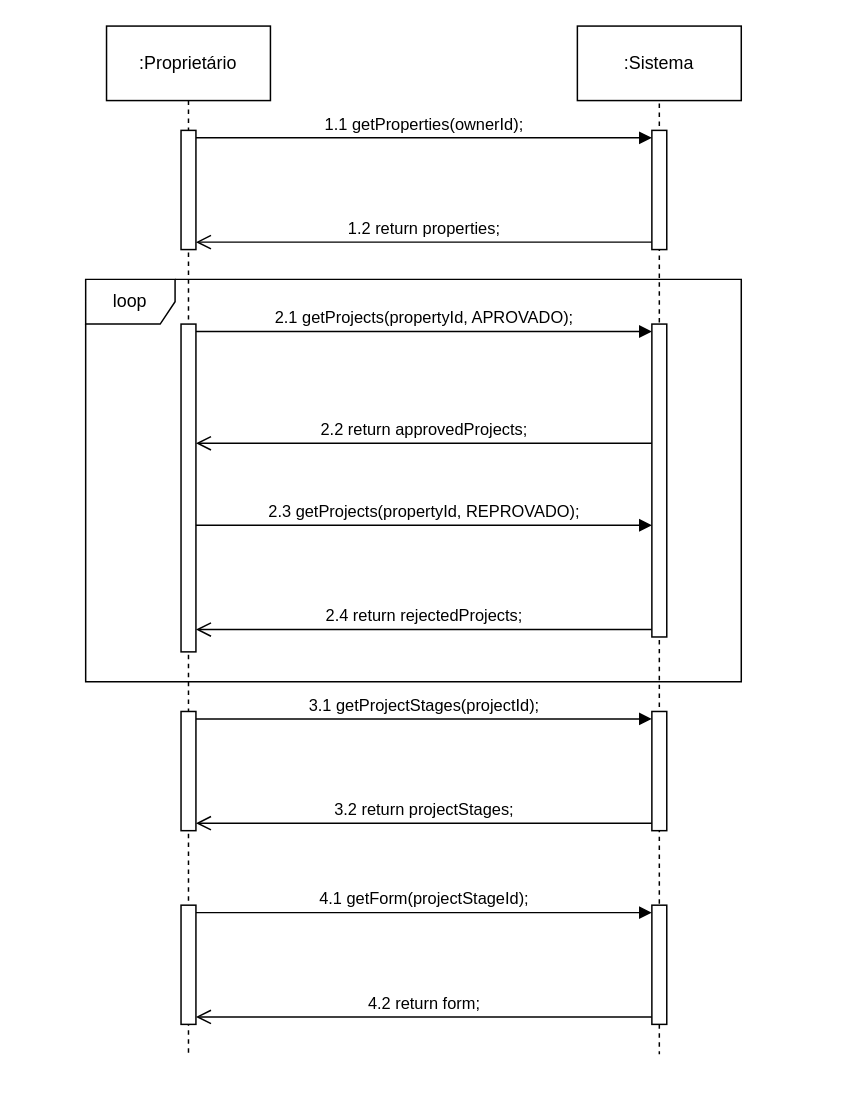
Before: Trabalho final/5 - DSS/5 - Ver feedback formulário.drawio in ViniciusKurek/CalculadoraAPS, a draw.io diagram. Source tidied: cells renumbered, new cells numbered last; positions are measured from the earlier drawing's top-left corner, leaving out a move shared by most shapes. Both pictures are drawn from the tidied source at 149%, with x=0, y=0 at pixel (85, 25).
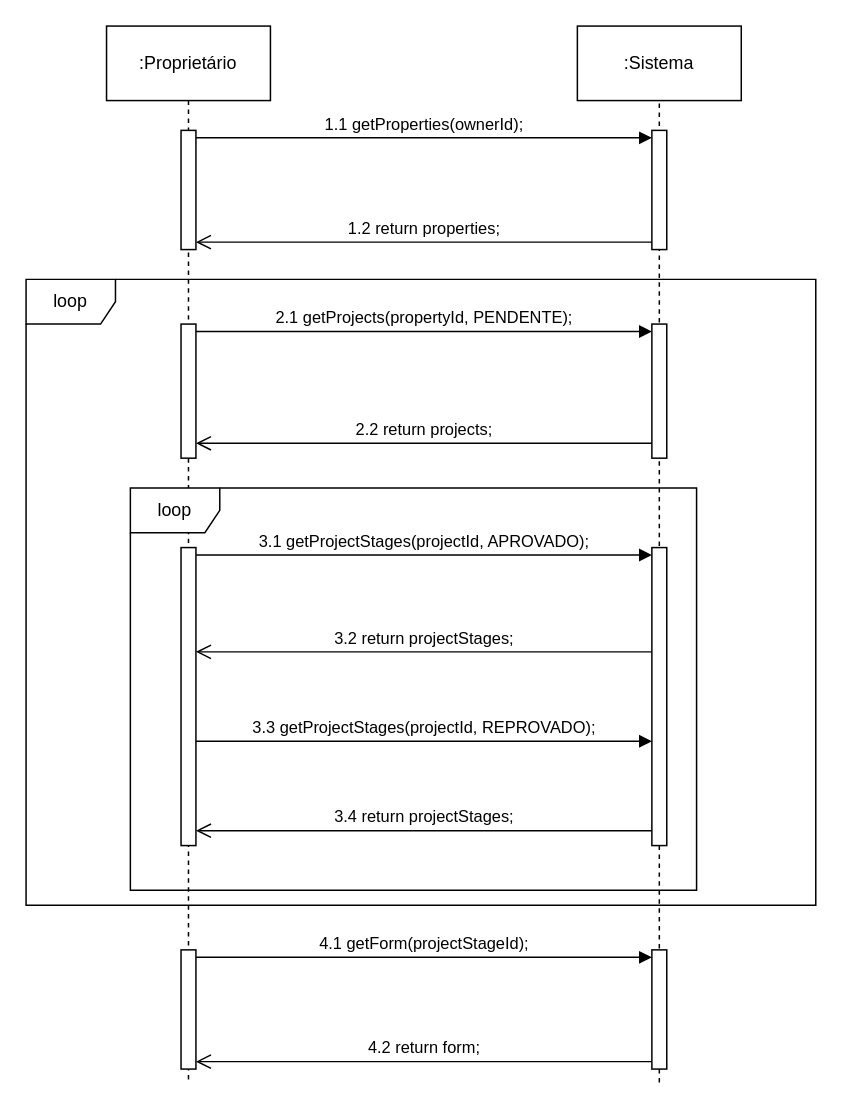
The same diagram, later.

Unchanged cells that the change refers to:
```xml
<mxCell id="3" value=":Proprietário" style="html=1;whiteSpace=wrap;" parent="1" vertex="1">
  <mxGeometry x="14" width="110" height="50" as="geometry" />
</mxCell>
```

What changed in the source:
```diff
@@
     <mxCell id="2" style="edgeStyle=orthogonalEdgeStyle;rounded=0;jettySize=auto;html=1;endArrow=none;endFill=0;dashed=1;exitX=0.5;exitY=1;exitDx=0;exitDy=0;" parent="1" edge="1" source="3">
       <mxGeometry relative="1" as="geometry">
-        <mxPoint x="69" y="690" as="targetPoint" />
+        <mxPoint x="69" y="710" as="targetPoint" />
       </mxGeometry>
     </mxCell>
@@
     <mxCell id="4" style="edgeStyle=orthogonalEdgeStyle;rounded=0;orthogonalLoop=1;jettySize=auto;html=1;dashed=1;endArrow=none;endFill=0;" parent="1" edge="1">
       <mxGeometry relative="1" as="geometry">
         <mxPoint x="385" y="40" as="sourcePoint" />
-        <mxPoint x="385" y="690" as="targetPoint" />
+        <mxPoint x="385" y="710" as="targetPoint" />
       </mxGeometry>
     </mxCell>
@@
     <mxCell id="6" style="html=1;points=[[0,0,0,0,5],[0,1,0,0,-5],[1,0,0,0,5],[1,1,0,0,-5]];perimeter=orthogonalPerimeter;outlineConnect=0;targetShapes=umlLifeline;portConstraint=eastwest;newEdgeStyle={&quot;curved&quot;:0,&quot;rounded&quot;:0};" parent="1" vertex="1">
-      <mxGeometry x="380" y="200" width="10" height="210" as="geometry" />
+      <mxGeometry x="380" y="200" width="10" height="90" as="geometry" />
     </mxCell>
-    <mxCell id="7" value="2.1 getProjects(propertyId, APROVADO);" style="html=1;verticalAlign=bottom;endArrow=block;curved=0;rounded=0;entryX=0;entryY=0;entryDx=0;entryDy=5;exitX=1;exitY=0;exitDx=0;exitDy=5;exitPerimeter=0;" parent="1" edge="1" source="9" target="6">
+    <mxCell id="7" value="2.1 getProjects(propertyId, PENDENTE);" style="html=1;verticalAlign=bottom;endArrow=block;curved=0;rounded=0;entryX=0;entryY=0;entryDx=0;entryDy=5;exitX=1;exitY=0;exitDx=0;exitDy=5;exitPerimeter=0;" parent="1" edge="1" source="9" target="6">
       <mxGeometry relative="1" as="geometry" />
     </mxCell>
-    <mxCell id="8" value="2.2 return approvedProjects;" style="html=1;verticalAlign=bottom;endArrow=open;endSize=8;curved=0;rounded=0;exitX=0;exitY=1;exitDx=0;exitDy=-5;" parent="1" edge="1">
+    <mxCell id="8" value="2.2 return projects;" style="html=1;verticalAlign=bottom;endArrow=open;endSize=8;curved=0;rounded=0;exitX=0;exitY=1;exitDx=0;exitDy=-5;" parent="1" edge="1">
       <mxGeometry relative="1" as="geometry">
         <mxPoint x="380" y="280" as="sourcePoint" />
         <mxPoint x="74" y="280" as="targetPoint" />
       </mxGeometry>
     </mxCell>
     <mxCell id="9" style="html=1;points=[[0,0,0,0,5],[0,1,0,0,-5],[1,0,0,0,5],[1,1,0,0,-5]];perimeter=orthogonalPerimeter;outlineConnect=0;targetShapes=umlLifeline;portConstraint=eastwest;newEdgeStyle={&quot;curved&quot;:0,&quot;rounded&quot;:0};" parent="1" vertex="1">
-      <mxGeometry x="64" y="200" width="10" height="220" as="geometry" />
+      <mxGeometry x="64" y="200" width="10" height="90" as="geometry" />
     </mxCell>
-    <mxCell id="10" style="html=1;points=[[0,0,0,0,5],[0,1,0,0,-5],[1,0,0,0,5],[1,1,0,0,-5]];perimeter=orthogonalPerimeter;outlineConnect=0;targetShapes=umlLifeline;portConstraint=eastwest;newEdgeStyle={&quot;curved&quot;:0,&quot;rounded&quot;:0};" parent="1" vertex="1">
-      <mxGeometry x="380" y="460" width="10" height="80" as="geometry" />
-    </mxCell>
-    <mxCell id="11" value="3.1 getProjectStages(projectId);" style="html=1;verticalAlign=bottom;endArrow=block;curved=0;rounded=0;entryX=0;entryY=0;entryDx=0;entryDy=5;exitX=1;exitY=0;exitDx=0;exitDy=5;exitPerimeter=0;" parent="1" edge="1" source="13" target="10">
-      <mxGeometry relative="1" as="geometry" />
+    <mxCell id="11" value="3.3 getProjectStages(projectId, REPROVADO);" style="html=1;verticalAlign=bottom;endArrow=block;curved=0;rounded=0;entryX=0;entryY=0;entryDx=0;entryDy=5;exitX=1;exitY=0;exitDx=0;exitDy=5;exitPerimeter=0;" parent="1" edge="1">
+      <mxGeometry relative="1" as="geometry">
+        <mxPoint x="74" y="480" as="sourcePoint" />
+        <mxPoint x="380" y="480" as="targetPoint" />
+      </mxGeometry>
     </mxCell>
-    <mxCell id="12" value="3.2 return projectStages;" style="html=1;verticalAlign=bottom;endArrow=open;endSize=8;curved=0;rounded=0;exitX=0;exitY=1;exitDx=0;exitDy=-5;entryX=1;entryY=1;entryDx=0;entryDy=-5;entryPerimeter=0;" parent="1" edge="1" source="10" target="13">
-      <mxGeometry relative="1" as="geometry" />
+    <mxCell id="12" value="3.4 return projectStages;" style="html=1;verticalAlign=bottom;endArrow=open;endSize=8;curved=0;rounded=0;exitX=0;exitY=1;exitDx=0;exitDy=-5;entryX=1;entryY=1;entryDx=0;entryDy=-5;entryPerimeter=0;" parent="1" edge="1">
+      <mxGeometry relative="1" as="geometry">
+        <mxPoint x="380" y="540" as="sourcePoint" />
+        <mxPoint x="74" y="540" as="targetPoint" />
+      </mxGeometry>
     </mxCell>
-    <mxCell id="13" style="html=1;points=[[0,0,0,0,5],[0,1,0,0,-5],[1,0,0,0,5],[1,1,0,0,-5]];perimeter=orthogonalPerimeter;outlineConnect=0;targetShapes=umlLifeline;portConstraint=eastwest;newEdgeStyle={&quot;curved&quot;:0,&quot;rounded&quot;:0};" parent="1" vertex="1">
-      <mxGeometry x="64" y="460" width="10" height="80" as="geometry" />
-    </mxCell>
     <mxCell id="14" style="html=1;points=[[0,0,0,0,5],[0,1,0,0,-5],[1,0,0,0,5],[1,1,0,0,-5]];perimeter=orthogonalPerimeter;outlineConnect=0;targetShapes=umlLifeline;portConstraint=eastwest;newEdgeStyle={&quot;curved&quot;:0,&quot;rounded&quot;:0};" parent="1" vertex="1">
-      <mxGeometry x="380" y="590" width="10" height="80" as="geometry" />
+      <mxGeometry x="380" y="620" width="10" height="80" as="geometry" />
     </mxCell>
@@
     <mxCell id="17" style="html=1;points=[[0,0,0,0,5],[0,1,0,0,-5],[1,0,0,0,5],[1,1,0,0,-5]];perimeter=orthogonalPerimeter;outlineConnect=0;targetShapes=umlLifeline;portConstraint=eastwest;newEdgeStyle={&quot;curved&quot;:0,&quot;rounded&quot;:0};" parent="1" vertex="1">
-      <mxGeometry x="64" y="590" width="10" height="80" as="geometry" />
+      <mxGeometry x="64" y="620" width="10" height="80" as="geometry" />
     </mxCell>
-    <mxCell id="18" value="2.3 getProjects(propertyId, REPROVADO);" style="html=1;verticalAlign=bottom;endArrow=block;curved=0;rounded=0;entryX=0;entryY=0;entryDx=0;entryDy=5;exitX=1;exitY=0;exitDx=0;exitDy=5;exitPerimeter=0;" parent="1" edge="1">
-      <mxGeometry relative="1" as="geometry">
-        <mxPoint x="74" y="335" as="sourcePoint" />
-        <mxPoint x="380" y="335" as="targetPoint" />
-      </mxGeometry>
-    </mxCell>
-    <mxCell id="19" value="2.4 return rejectedProjects;" style="html=1;verticalAlign=bottom;endArrow=open;endSize=8;curved=0;rounded=0;exitX=0;exitY=1;exitDx=0;exitDy=-5;entryX=1;entryY=1;entryDx=0;entryDy=-5;entryPerimeter=0;" parent="1" edge="1">
-      <mxGeometry relative="1" as="geometry">
-        <mxPoint x="380" y="405" as="sourcePoint" />
-        <mxPoint x="74" y="405" as="targetPoint" />
-      </mxGeometry>
-    </mxCell>
@@
     <mxCell id="24" value="loop" style="shape=umlFrame;whiteSpace=wrap;html=1;" parent="1" vertex="1">
-      <mxGeometry y="170" width="440" height="270" as="geometry" />
+      <mxGeometry x="-40" y="170" width="530" height="420" as="geometry" />
     </mxCell>
+    <mxCell id="25" style="html=1;points=[[0,0,0,0,5],[0,1,0,0,-5],[1,0,0,0,5],[1,1,0,0,-5]];perimeter=orthogonalPerimeter;outlineConnect=0;targetShapes=umlLifeline;portConstraint=eastwest;newEdgeStyle={&quot;curved&quot;:0,&quot;rounded&quot;:0};" parent="1" vertex="1">
+      <mxGeometry x="380" y="350" width="10" height="200" as="geometry" />
+    </mxCell>
+    <mxCell id="26" value="3.1 getProjectStages(projectId, APROVADO);" style="html=1;verticalAlign=bottom;endArrow=block;curved=0;rounded=0;entryX=0;entryY=0;entryDx=0;entryDy=5;exitX=1;exitY=0;exitDx=0;exitDy=5;exitPerimeter=0;" parent="1" edge="1" source="28" target="25">
+      <mxGeometry relative="1" as="geometry" />
+    </mxCell>
+    <mxCell id="27" value="3.2 return projectStages;" style="html=1;verticalAlign=bottom;endArrow=open;endSize=8;curved=0;rounded=0;" parent="1" edge="1" source="25">
+      <mxGeometry relative="1" as="geometry">
+        <mxPoint x="74" y="420" as="targetPoint" />
+      </mxGeometry>
+    </mxCell>
+    <mxCell id="28" style="html=1;points=[[0,0,0,0,5],[0,1,0,0,-5],[1,0,0,0,5],[1,1,0,0,-5]];perimeter=orthogonalPerimeter;outlineConnect=0;targetShapes=umlLifeline;portConstraint=eastwest;newEdgeStyle={&quot;curved&quot;:0,&quot;rounded&quot;:0};" parent="1" vertex="1">
+      <mxGeometry x="64" y="350" width="10" height="200" as="geometry" />
+    </mxCell>
+    <mxCell id="29" value="loop" style="shape=umlFrame;whiteSpace=wrap;html=1;" parent="1" vertex="1">
+      <mxGeometry x="30" y="310" width="380" height="270" as="geometry" />
+    </mxCell>
```
